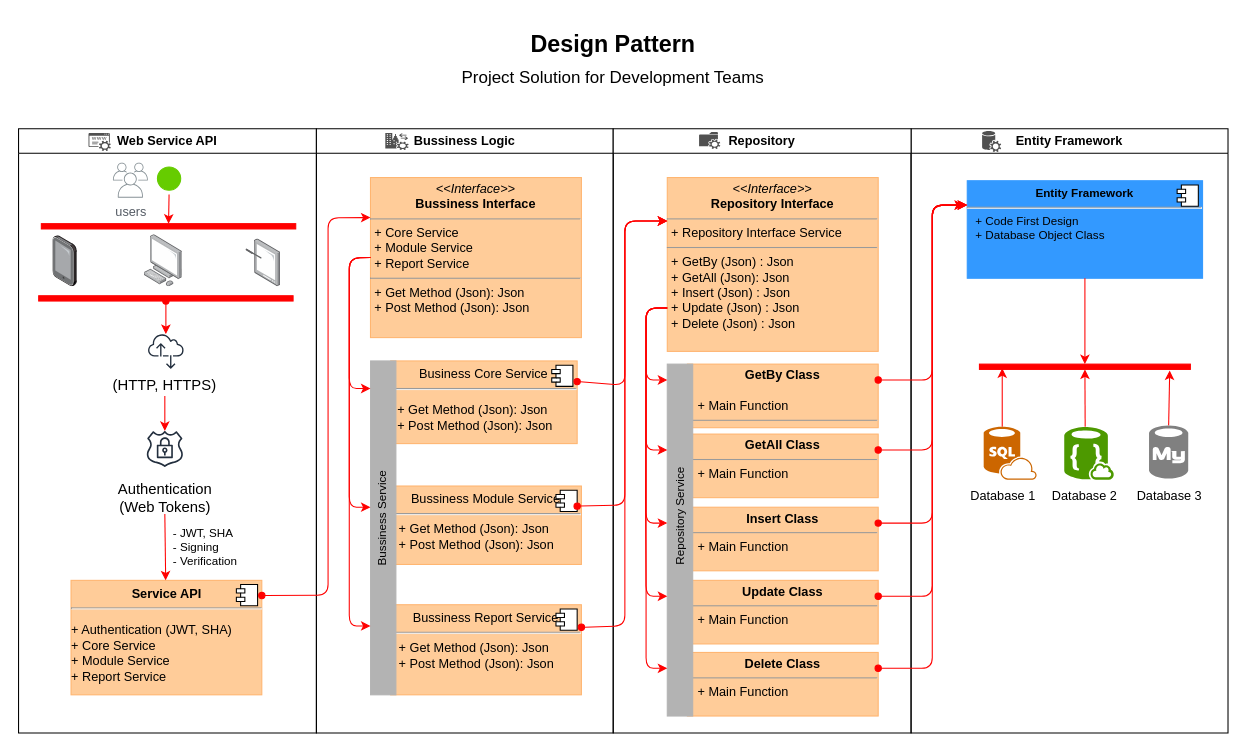
This is CPS Project Pattern Design Diagram.drawio from nirawat/Draw.IO.Project.Pattern.Design, a draw.io file, before an edit. Source tidied: cells renumbered, new cells numbered last; positions are measured from the earlier drawing's top-left corner, leaving out a move shared by most shapes. Both pictures are drawn from the tidied source at 106%, with x=0, y=0 at pixel (18, 18).
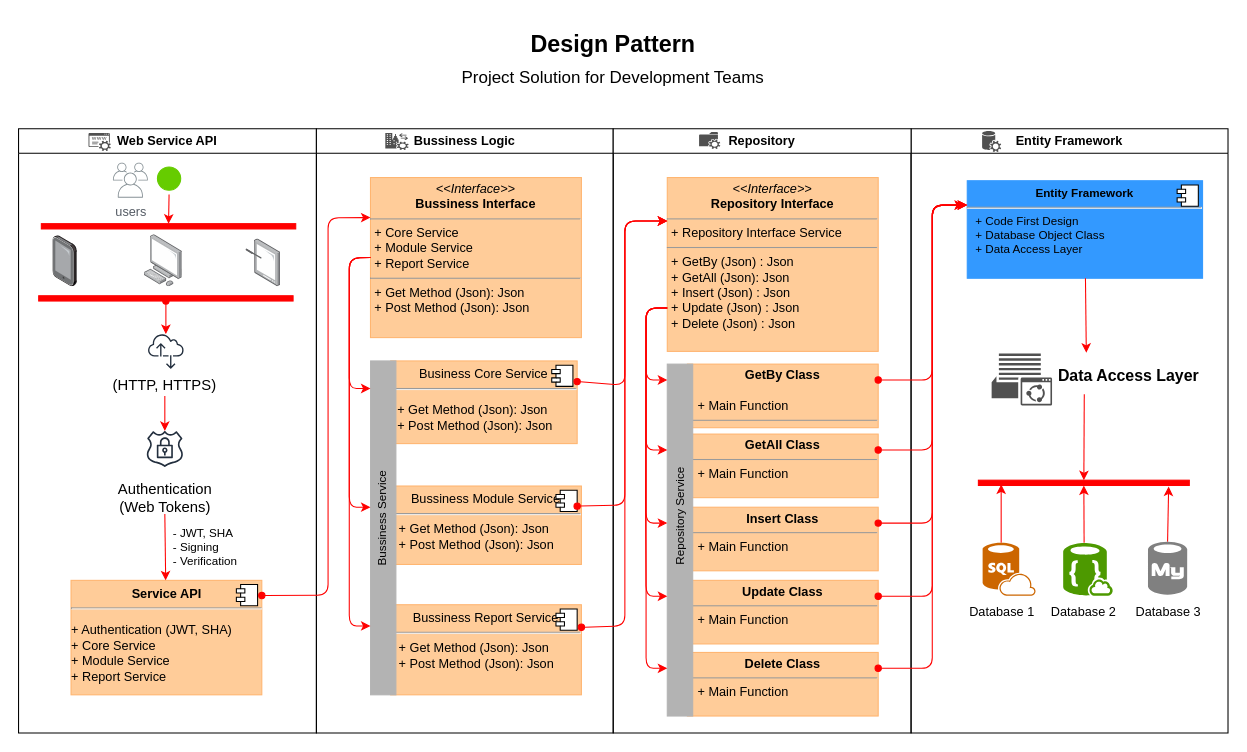
Above is the later version.

Unchanged cells that the change refers to:
```xml
<mxCell id="36" value="Entity Framework" style="swimlane;whiteSpace=wrap;" parent="1" vertex="1">
  <mxGeometry x="842" y="104" width="299" height="570" as="geometry" />
</mxCell>
```

Change to the diagram source:
```diff
@@
     <mxCell id="37" value="Database 1" style="text;html=1;strokeColor=none;fillColor=none;align=center;verticalAlign=middle;whiteSpace=wrap;rounded=0;" parent="36" vertex="1">
-      <mxGeometry x="40" y="329" width="94" height="35" as="geometry" />
+      <mxGeometry x="39" y="438.5" width="94" height="35" as="geometry" />
     </mxCell>
     <mxCell id="38" value="Database 2" style="text;html=1;strokeColor=none;fillColor=none;align=center;verticalAlign=middle;whiteSpace=wrap;rounded=0;" parent="36" vertex="1">
-      <mxGeometry x="117" y="329" width="94" height="35" as="geometry" />
+      <mxGeometry x="116" y="438.5" width="94" height="35" as="geometry" />
     </mxCell>
     <mxCell id="39" value="Database 3" style="text;html=1;strokeColor=none;fillColor=none;align=center;verticalAlign=middle;whiteSpace=wrap;rounded=0;" parent="36" vertex="1">
-      <mxGeometry x="197" y="329" width="94" height="35" as="geometry" />
+      <mxGeometry x="196" y="438.5" width="94" height="35" as="geometry" />
     </mxCell>
     <mxCell id="40" style="whiteSpace=wrap;strokeColor=#FF0000;fillColor=#FF0000;rotation=-90;" parent="36" vertex="1">
-      <mxGeometry x="161.5" y="125" width="5" height="199" as="geometry" />
+      <mxGeometry x="160.5" y="234.5" width="5" height="199" as="geometry" />
     </mxCell>
@@
     <mxCell id="43" style="endArrow=classic;html=1;strokeColor=#FF0000;exitX=0.35;exitY=0;exitDx=0;exitDy=0;exitPerimeter=0;" parent="36" edge="1" source="44">
       <mxGeometry relative="1" as="geometry">
-        <mxPoint x="86" y="226" as="targetPoint" />
+        <mxPoint x="85" y="335.5" as="targetPoint" />
       </mxGeometry>
     </mxCell>
     <mxCell id="44" style="shadow=0;dashed=0;html=1;strokeColor=none;fillColor=#CC6600;labelPosition=center;verticalLabelPosition=bottom;verticalAlign=top;align=center;shape=mxgraph.azure.sql_database_sql_azure;" parent="36" vertex="1">
-      <mxGeometry x="68.5" y="281" width="50" height="50" as="geometry" />
+      <mxGeometry x="67.5" y="390.5" width="50" height="50" as="geometry" />
     </mxCell>
     <mxCell id="45" style="shadow=0;dashed=0;html=1;strokeColor=none;labelPosition=center;verticalLabelPosition=bottom;verticalAlign=top;align=center;shape=mxgraph.mscae.cloud.docdb_account;fillColor=#4D9900;" parent="36" vertex="1">
-      <mxGeometry x="144.5" y="281" width="47" height="50" as="geometry" />
+      <mxGeometry x="143.5" y="390.5" width="47" height="50" as="geometry" />
     </mxCell>
     <mxCell id="46" style="shadow=0;dashed=0;html=1;strokeColor=none;fillColor=#808080;labelPosition=center;verticalLabelPosition=bottom;verticalAlign=top;align=center;shape=mxgraph.azure.mysql_database;" parent="36" vertex="1">
-      <mxGeometry x="224.5" y="280" width="37" height="50" as="geometry" />
+      <mxGeometry x="223.5" y="389.5" width="37" height="50" as="geometry" />
     </mxCell>
@@
-    <mxCell id="48" value="&lt;p style=&quot;margin: 0px ; margin-top: 6px ; text-align: center&quot;&gt;&lt;b&gt;Entity Framework&lt;/b&gt;&lt;/p&gt;&lt;hr&gt;&lt;p style=&quot;margin: 0px ; margin-left: 8px&quot;&gt;+ Code First Design&lt;/p&gt;&lt;p style=&quot;margin: 0px ; margin-left: 8px&quot;&gt;+ Database Object Class&lt;/p&gt;" style="align=left;overflow=fill;html=1;strokeColor=#3399FF;fillColor=#3399FF;fontSize=11;" parent="36" vertex="1">
+    <mxCell id="48" value="&lt;p style=&quot;margin: 0px ; margin-top: 6px ; text-align: center&quot;&gt;&lt;b&gt;Entity Framework&lt;/b&gt;&lt;/p&gt;&lt;hr&gt;&lt;p style=&quot;margin: 0px ; margin-left: 8px&quot;&gt;+ Code First Design&lt;/p&gt;&lt;p style=&quot;margin: 0px ; margin-left: 8px&quot;&gt;+ Database Object Class&lt;/p&gt;&lt;p style=&quot;margin: 0px ; margin-left: 8px&quot;&gt;+ Data Access Layer&lt;/p&gt;" style="align=left;overflow=fill;html=1;strokeColor=#3399FF;fillColor=#3399FF;fontSize=11;" parent="36" vertex="1">
       <mxGeometry x="53" y="49" width="222" height="92" as="geometry" />
     </mxCell>
@@
-    <mxCell id="50" style="endArrow=classic;html=1;entryX=1;entryY=0.5;entryDx=0;entryDy=0;strokeColor=#FF0000;" parent="36" edge="1" source="48" target="40">
+    <mxCell id="50" style="endArrow=classic;html=1;strokeColor=#FF0000;entryX=0.194;entryY=-0.035;entryDx=0;entryDy=0;entryPerimeter=0;" parent="36" edge="1" source="48" target="78">
       <mxGeometry relative="1" as="geometry" />
     </mxCell>
+    <mxCell id="77" style="shadow=0;dashed=0;html=1;strokeColor=none;fillColor=#505050;labelPosition=center;verticalLabelPosition=bottom;verticalAlign=top;align=center;shape=mxgraph.office.communications.application_sharing_workload;" parent="36" vertex="1">
+      <mxGeometry x="76" y="212" width="57" height="49" as="geometry" />
+    </mxCell>
+    <mxCell id="78" value="Data Access Layer" style="text;html=1;strokeColor=none;fillColor=none;align=left;verticalAlign=middle;whiteSpace=wrap;rounded=0;fontStyle=1;fontSize=15;" parent="36" vertex="1">
+      <mxGeometry x="137" y="212.5" width="146" height="38" as="geometry" />
+    </mxCell>
+    <mxCell id="79" style="endArrow=classic;html=1;strokeColor=#FF0000;entryX=1;entryY=0.5;entryDx=0;entryDy=0;" parent="36" edge="1" target="40">
+      <mxGeometry relative="1" as="geometry">
+        <mxPoint x="163.4" y="250.5" as="sourcePoint" />
+      </mxGeometry>
+    </mxCell>
```
